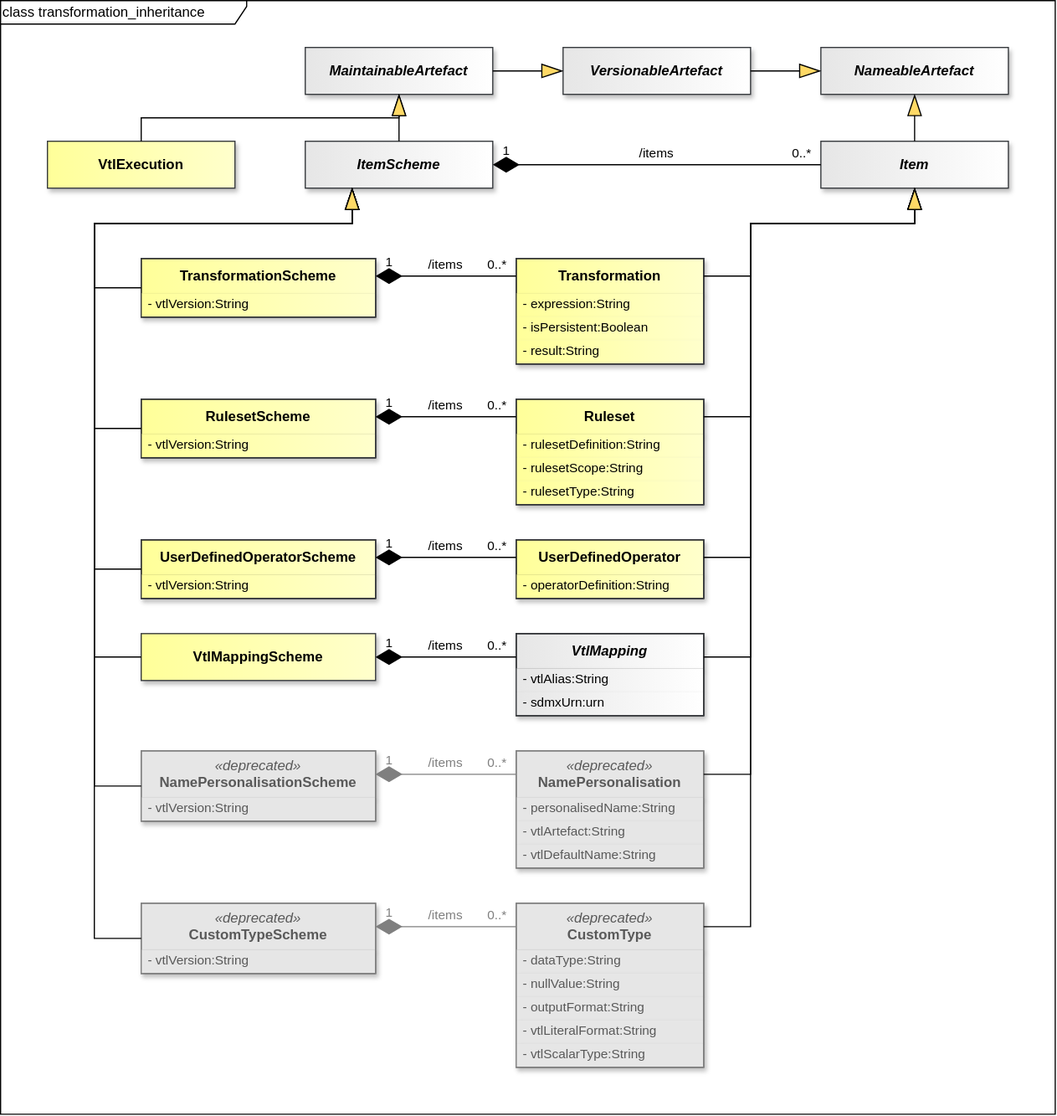
Before: docs/information_model/media/sdmx_transformation-transformation-inheritance.svg, a diagram exported from draw.io (sdmx-twg/sdmx-im). Source tidied: cells renumbered, new cells last; positions are measured from the earlier drawing's top-left corner, leaving out a move shared by most shapes.
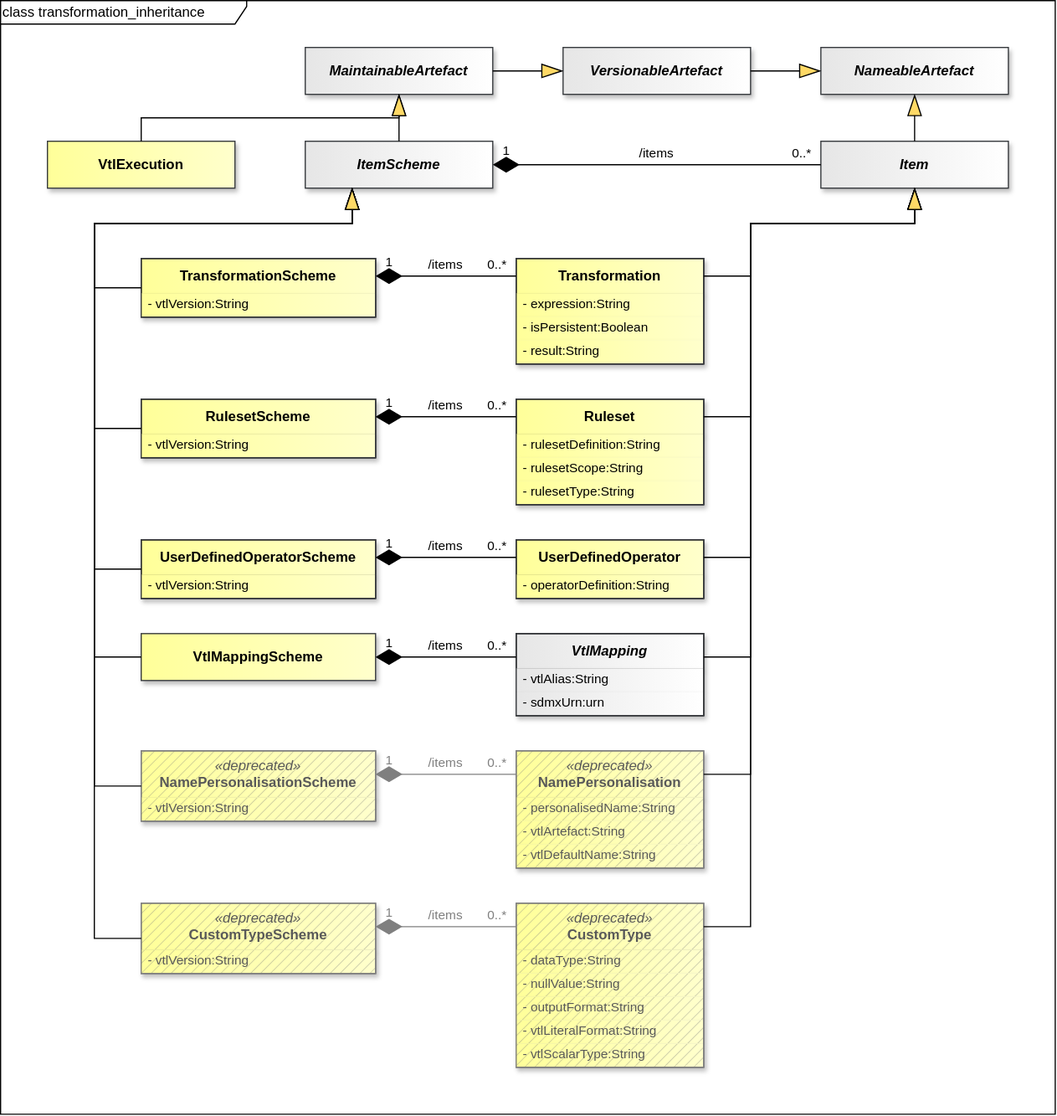
After the commit.

Commit message:
docs(information-model): mark the deprecated VTL classes with a hatch

Change to the diagram source:
```diff
@@ -104,59 +104,95 @@
     <mxCell id="35" style="rounded=0;whiteSpace=wrap;html=1;fillColor=none;strokeColor=#36393D;" parent="1" vertex="1">
       <mxGeometry x="440" y="540" width="160" height="70" as="geometry" />
     </mxCell>
+    <mxCell id="99" style="group;" parent="1" vertex="1">
+      <mxGeometry x="120" y="640" width="200" height="60" as="geometry" />
+    </mxCell>
+    <mxCell id="100" style="rounded=0;whiteSpace=wrap;html=1;fillColor=light-dark(#FFFF99,#FFFF99);gradientColor=light-dark(#FFFFCC,#FFFFCC);gradientDirection=east;strokeColor=none;shadow=1;" parent="99" vertex="1">
+      <mxGeometry width="200" height="60" as="geometry" />
+    </mxCell>
+    <mxCell id="101" style="rounded=0;whiteSpace=wrap;html=1;fillColor=#7F7F7F;fillStyle=hatch;hachureGap=6;fillWeight=1;hachureAngle=-45;fillOpacity=50;strokeColor=none;" parent="99" vertex="1">
+      <mxGeometry width="200" height="60" as="geometry" />
+    </mxCell>
-    <mxCell id="36" value="&lt;span style=&quot;font-weight: normal; font-style: italic;&quot;&gt;«deprecated»&lt;/span&gt;&lt;br&gt;NamePersonalisationScheme" style="swimlane;fontStyle=1;align=center;verticalAlign=middle;horizontal=1;startSize=40;whiteSpace=wrap;html=1;fillColor=light-dark(#E6E6E6,#E6E6E6);strokeColor=#7F7F7F;gradientColor=none;swimlaneLine=1;fontColor=#595959;labelBackgroundColor=none;textShadow=0;shadow=1;" parent="1" vertex="1">
-      <mxGeometry x="120" y="640" width="200" height="60" as="geometry" />
+    <mxCell id="36" value="&lt;span style=&quot;font-weight: normal; font-style: italic;&quot;&gt;«deprecated»&lt;/span&gt;&lt;br&gt;NamePersonalisationScheme" style="swimlane;fontStyle=1;align=center;verticalAlign=middle;horizontal=1;startSize=40;whiteSpace=wrap;html=1;fillColor=none;strokeColor=#7F7F7F;gradientColor=none;swimlaneLine=1;fontColor=#595959;labelBackgroundColor=none;textShadow=0;shadow=0;" parent="99" vertex="1">
+      <mxGeometry width="200" height="60" as="geometry" />
     </mxCell>
-    <mxCell id="37" value="- vtlVersion:String" style="text;strokeColor=none;fillColor=light-dark(#E6E6E6,#E6E6E6);align=left;verticalAlign=middle;spacingLeft=4;spacingRight=4;overflow=hidden;whiteSpace=wrap;html=1;fontFamily=Helvetica;fontSize=11;fontColor=#595959;gradientColor=none;shadow=1;" parent="36" vertex="1">
+    <mxCell id="37" value="- vtlVersion:String" style="text;strokeColor=none;fillColor=none;align=left;verticalAlign=middle;spacingLeft=4;spacingRight=4;overflow=hidden;whiteSpace=wrap;html=1;fontFamily=Helvetica;fontSize=11;fontColor=#595959;gradientColor=none;shadow=0;" parent="36" vertex="1">
       <mxGeometry y="40" width="200" height="20" as="geometry" />
     </mxCell>
-    <mxCell id="38" style="rounded=0;whiteSpace=wrap;html=1;fillColor=none;strokeColor=#7F7F7F;" parent="1" vertex="1">
-      <mxGeometry x="120" y="640" width="200" height="60" as="geometry" />
+    <mxCell id="38" style="rounded=0;whiteSpace=wrap;html=1;fillColor=none;strokeColor=#7F7F7F;" parent="99" vertex="1">
+      <mxGeometry width="200" height="60" as="geometry" />
     </mxCell>
+    <mxCell id="102" style="group;" parent="1" vertex="1">
+      <mxGeometry x="440" y="640" width="160" height="100" as="geometry" />
+    </mxCell>
+    <mxCell id="103" style="rounded=0;whiteSpace=wrap;html=1;fillColor=light-dark(#FFFF99,#FFFF99);gradientColor=light-dark(#FFFFCC,#FFFFCC);gradientDirection=east;strokeColor=none;shadow=1;" parent="102" vertex="1">
+      <mxGeometry width="160" height="100" as="geometry" />
+    </mxCell>
+    <mxCell id="104" style="rounded=0;whiteSpace=wrap;html=1;fillColor=#7F7F7F;fillStyle=hatch;hachureGap=6;fillWeight=1;hachureAngle=-45;fillOpacity=50;strokeColor=none;" parent="102" vertex="1">
+      <mxGeometry width="160" height="100" as="geometry" />
+    </mxCell>
-    <mxCell id="39" value="&lt;span style=&quot;font-weight: normal; font-style: italic;&quot;&gt;«deprecated»&lt;/span&gt;&lt;br&gt;NamePersonalisation" style="swimlane;fontStyle=1;align=center;verticalAlign=middle;horizontal=1;startSize=40;whiteSpace=wrap;html=1;fillColor=light-dark(#E6E6E6,#E6E6E6);strokeColor=#7F7F7F;gradientColor=none;swimlaneLine=1;fontColor=#595959;labelBackgroundColor=none;textShadow=0;shadow=1;" parent="1" vertex="1">
-      <mxGeometry x="440" y="640" width="160" height="100" as="geometry" />
+    <mxCell id="39" value="&lt;span style=&quot;font-weight: normal; font-style: italic;&quot;&gt;«deprecated»&lt;/span&gt;&lt;br&gt;NamePersonalisation" style="swimlane;fontStyle=1;align=center;verticalAlign=middle;horizontal=1;startSize=40;whiteSpace=wrap;html=1;fillColor=none;strokeColor=#7F7F7F;gradientColor=none;swimlaneLine=1;fontColor=#595959;labelBackgroundColor=none;textShadow=0;shadow=0;" parent="102" vertex="1">
+      <mxGeometry width="160" height="100" as="geometry" />
     </mxCell>
-    <mxCell id="40" value="- personalisedName:String" style="text;strokeColor=none;fillColor=light-dark(#E6E6E6,#E6E6E6);align=left;verticalAlign=middle;spacingLeft=4;spacingRight=4;overflow=hidden;whiteSpace=wrap;html=1;fontFamily=Helvetica;fontSize=11;fontColor=#595959;gradientColor=none;shadow=1;" parent="39" vertex="1">
+    <mxCell id="40" value="- personalisedName:String" style="text;strokeColor=none;fillColor=none;align=left;verticalAlign=middle;spacingLeft=4;spacingRight=4;overflow=hidden;whiteSpace=wrap;html=1;fontFamily=Helvetica;fontSize=11;fontColor=#595959;gradientColor=none;shadow=0;" parent="39" vertex="1">
       <mxGeometry y="40" width="160" height="20" as="geometry" />
     </mxCell>
-    <mxCell id="41" value="- vtlArtefact:String" style="text;strokeColor=none;fillColor=light-dark(#E6E6E6,#E6E6E6);align=left;verticalAlign=middle;spacingLeft=4;spacingRight=4;overflow=hidden;whiteSpace=wrap;html=1;fontFamily=Helvetica;fontSize=11;fontColor=#595959;gradientColor=none;shadow=1;" parent="39" vertex="1">
+    <mxCell id="41" value="- vtlArtefact:String" style="text;strokeColor=none;fillColor=none;align=left;verticalAlign=middle;spacingLeft=4;spacingRight=4;overflow=hidden;whiteSpace=wrap;html=1;fontFamily=Helvetica;fontSize=11;fontColor=#595959;gradientColor=none;shadow=0;" parent="39" vertex="1">
       <mxGeometry y="60" width="160" height="20" as="geometry" />
     </mxCell>
-    <mxCell id="42" value="- vtlDefaultName:String" style="text;strokeColor=none;fillColor=light-dark(#E6E6E6,#E6E6E6);align=left;verticalAlign=middle;spacingLeft=4;spacingRight=4;overflow=hidden;whiteSpace=wrap;html=1;fontFamily=Helvetica;fontSize=11;fontColor=#595959;gradientColor=none;shadow=1;" parent="39" vertex="1">
+    <mxCell id="42" value="- vtlDefaultName:String" style="text;strokeColor=none;fillColor=none;align=left;verticalAlign=middle;spacingLeft=4;spacingRight=4;overflow=hidden;whiteSpace=wrap;html=1;fontFamily=Helvetica;fontSize=11;fontColor=#595959;gradientColor=none;shadow=0;" parent="39" vertex="1">
       <mxGeometry y="80" width="160" height="20" as="geometry" />
     </mxCell>
-    <mxCell id="43" style="rounded=0;whiteSpace=wrap;html=1;fillColor=none;strokeColor=#7F7F7F;" parent="1" vertex="1">
-      <mxGeometry x="440" y="640" width="160" height="100" as="geometry" />
+    <mxCell id="43" style="rounded=0;whiteSpace=wrap;html=1;fillColor=none;strokeColor=#7F7F7F;" parent="102" vertex="1">
+      <mxGeometry width="160" height="100" as="geometry" />
     </mxCell>
+    <mxCell id="105" style="group;" parent="1" vertex="1">
+      <mxGeometry x="120" y="770" width="200" height="60" as="geometry" />
+    </mxCell>
+    <mxCell id="106" style="rounded=0;whiteSpace=wrap;html=1;fillColor=light-dark(#FFFF99,#FFFF99);gradientColor=light-dark(#FFFFCC,#FFFFCC);gradientDirection=east;strokeColor=none;shadow=1;" parent="105" vertex="1">
+      <mxGeometry width="200" height="60" as="geometry" />
+    </mxCell>
+    <mxCell id="107" style="rounded=0;whiteSpace=wrap;html=1;fillColor=#7F7F7F;fillStyle=hatch;hachureGap=6;fillWeight=1;hachureAngle=-45;fillOpacity=50;strokeColor=none;" parent="105" vertex="1">
+      <mxGeometry width="200" height="60" as="geometry" />
+    </mxCell>
-    <mxCell id="44" value="&lt;span style=&quot;font-weight: normal; font-style: italic;&quot;&gt;«deprecated»&lt;/span&gt;&lt;br&gt;CustomTypeScheme" style="swimlane;fontStyle=1;align=center;verticalAlign=middle;horizontal=1;startSize=40;whiteSpace=wrap;html=1;fillColor=light-dark(#E6E6E6,#E6E6E6);strokeColor=#7F7F7F;gradientColor=none;swimlaneLine=1;fontColor=#595959;labelBackgroundColor=none;textShadow=0;shadow=1;" parent="1" vertex="1">
-      <mxGeometry x="120" y="770" width="200" height="60" as="geometry" />
+    <mxCell id="44" value="&lt;span style=&quot;font-weight: normal; font-style: italic;&quot;&gt;«deprecated»&lt;/span&gt;&lt;br&gt;CustomTypeScheme" style="swimlane;fontStyle=1;align=center;verticalAlign=middle;horizontal=1;startSize=40;whiteSpace=wrap;html=1;fillColor=none;strokeColor=#7F7F7F;gradientColor=none;swimlaneLine=1;fontColor=#595959;labelBackgroundColor=none;textShadow=0;shadow=0;" parent="105" vertex="1">
+      <mxGeometry width="200" height="60" as="geometry" />
     </mxCell>
-    <mxCell id="45" value="- vtlVersion:String" style="text;strokeColor=none;fillColor=light-dark(#E6E6E6,#E6E6E6);align=left;verticalAlign=middle;spacingLeft=4;spacingRight=4;overflow=hidden;whiteSpace=wrap;html=1;fontFamily=Helvetica;fontSize=11;fontColor=#595959;gradientColor=none;shadow=1;" parent="44" vertex="1">
+    <mxCell id="45" value="- vtlVersion:String" style="text;strokeColor=none;fillColor=none;align=left;verticalAlign=middle;spacingLeft=4;spacingRight=4;overflow=hidden;whiteSpace=wrap;html=1;fontFamily=Helvetica;fontSize=11;fontColor=#595959;gradientColor=none;shadow=0;" parent="44" vertex="1">
       <mxGeometry y="40" width="200" height="20" as="geometry" />
     </mxCell>
-    <mxCell id="46" style="rounded=0;whiteSpace=wrap;html=1;fillColor=none;strokeColor=#7F7F7F;" parent="1" vertex="1">
-      <mxGeometry x="120" y="770" width="200" height="60" as="geometry" />
+    <mxCell id="46" style="rounded=0;whiteSpace=wrap;html=1;fillColor=none;strokeColor=#7F7F7F;" parent="105" vertex="1">
+      <mxGeometry width="200" height="60" as="geometry" />
     </mxCell>
+    <mxCell id="108" style="group;" parent="1" vertex="1">
+      <mxGeometry x="440" y="770" width="160" height="140" as="geometry" />
+    </mxCell>
+    <mxCell id="109" style="rounded=0;whiteSpace=wrap;html=1;fillColor=light-dark(#FFFF99,#FFFF99);gradientColor=light-dark(#FFFFCC,#FFFFCC);gradientDirection=east;strokeColor=none;shadow=1;" parent="108" vertex="1">
+      <mxGeometry width="160" height="140" as="geometry" />
+    </mxCell>
+    <mxCell id="110" style="rounded=0;whiteSpace=wrap;html=1;fillColor=#7F7F7F;fillStyle=hatch;hachureGap=6;fillWeight=1;hachureAngle=-45;fillOpacity=50;strokeColor=none;" parent="108" vertex="1">
+      <mxGeometry width="160" height="140" as="geometry" />
+    </mxCell>
-    <mxCell id="47" value="&lt;span style=&quot;font-weight: normal; font-style: italic;&quot;&gt;«deprecated»&lt;/span&gt;&lt;br&gt;CustomType" style="swimlane;fontStyle=1;align=center;verticalAlign=middle;horizontal=1;startSize=40;whiteSpace=wrap;html=1;fillColor=light-dark(#E6E6E6,#E6E6E6);strokeColor=#7F7F7F;gradientColor=none;swimlaneLine=1;fontColor=#595959;labelBackgroundColor=none;textShadow=0;shadow=1;" parent="1" vertex="1">
-      <mxGeometry x="440" y="770" width="160" height="140" as="geometry" />
+    <mxCell id="47" value="&lt;span style=&quot;font-weight: normal; font-style: italic;&quot;&gt;«deprecated»&lt;/span&gt;&lt;br&gt;CustomType" style="swimlane;fontStyle=1;align=center;verticalAlign=middle;horizontal=1;startSize=40;whiteSpace=wrap;html=1;fillColor=none;strokeColor=#7F7F7F;gradientColor=none;swimlaneLine=1;fontColor=#595959;labelBackgroundColor=none;textShadow=0;shadow=0;" parent="108" vertex="1">
+      <mxGeometry width="160" height="140" as="geometry" />
     </mxCell>
-    <mxCell id="48" value="- dataType:String" style="text;strokeColor=none;fillColor=light-dark(#E6E6E6,#E6E6E6);align=left;verticalAlign=middle;spacingLeft=4;spacingRight=4;overflow=hidden;whiteSpace=wrap;html=1;fontFamily=Helvetica;fontSize=11;fontColor=#595959;gradientColor=none;shadow=1;" parent="47" vertex="1">
+    <mxCell id="48" value="- dataType:String" style="text;strokeColor=none;fillColor=none;align=left;verticalAlign=middle;spacingLeft=4;spacingRight=4;overflow=hidden;whiteSpace=wrap;html=1;fontFamily=Helvetica;fontSize=11;fontColor=#595959;gradientColor=none;shadow=0;" parent="47" vertex="1">
       <mxGeometry y="40" width="160" height="20" as="geometry" />
     </mxCell>
-    <mxCell id="49" value="- nullValue:String" style="text;strokeColor=none;fillColor=light-dark(#E6E6E6,#E6E6E6);align=left;verticalAlign=middle;spacingLeft=4;spacingRight=4;overflow=hidden;whiteSpace=wrap;html=1;fontFamily=Helvetica;fontSize=11;fontColor=#595959;gradientColor=none;shadow=1;" parent="47" vertex="1">
+    <mxCell id="49" value="- nullValue:String" style="text;strokeColor=none;fillColor=none;align=left;verticalAlign=middle;spacingLeft=4;spacingRight=4;overflow=hidden;whiteSpace=wrap;html=1;fontFamily=Helvetica;fontSize=11;fontColor=#595959;gradientColor=none;shadow=0;" parent="47" vertex="1">
       <mxGeometry y="60" width="160" height="20" as="geometry" />
     </mxCell>
-    <mxCell id="50" value="- outputFormat:String" style="text;strokeColor=none;fillColor=light-dark(#E6E6E6,#E6E6E6);align=left;verticalAlign=middle;spacingLeft=4;spacingRight=4;overflow=hidden;whiteSpace=wrap;html=1;fontFamily=Helvetica;fontSize=11;fontColor=#595959;gradientColor=none;shadow=1;" parent="47" vertex="1">
+    <mxCell id="50" value="- outputFormat:String" style="text;strokeColor=none;fillColor=none;align=left;verticalAlign=middle;spacingLeft=4;spacingRight=4;overflow=hidden;whiteSpace=wrap;html=1;fontFamily=Helvetica;fontSize=11;fontColor=#595959;gradientColor=none;shadow=0;" parent="47" vertex="1">
       <mxGeometry y="80" width="160" height="20" as="geometry" />
     </mxCell>
-    <mxCell id="51" value="- vtlLiteralFormat:String" style="text;strokeColor=none;fillColor=light-dark(#E6E6E6,#E6E6E6);align=left;verticalAlign=middle;spacingLeft=4;spacingRight=4;overflow=hidden;whiteSpace=wrap;html=1;fontFamily=Helvetica;fontSize=11;fontColor=#595959;gradientColor=none;shadow=1;" parent="47" vertex="1">
+    <mxCell id="51" value="- vtlLiteralFormat:String" style="text;strokeColor=none;fillColor=none;align=left;verticalAlign=middle;spacingLeft=4;spacingRight=4;overflow=hidden;whiteSpace=wrap;html=1;fontFamily=Helvetica;fontSize=11;fontColor=#595959;gradientColor=none;shadow=0;" parent="47" vertex="1">
       <mxGeometry y="100" width="160" height="20" as="geometry" />
     </mxCell>
-    <mxCell id="52" value="- vtlScalarType:String" style="text;strokeColor=none;fillColor=light-dark(#E6E6E6,#E6E6E6);align=left;verticalAlign=middle;spacingLeft=4;spacingRight=4;overflow=hidden;whiteSpace=wrap;html=1;fontFamily=Helvetica;fontSize=11;fontColor=#595959;gradientColor=none;shadow=1;" parent="47" vertex="1">
+    <mxCell id="52" value="- vtlScalarType:String" style="text;strokeColor=none;fillColor=none;align=left;verticalAlign=middle;spacingLeft=4;spacingRight=4;overflow=hidden;whiteSpace=wrap;html=1;fontFamily=Helvetica;fontSize=11;fontColor=#595959;gradientColor=none;shadow=0;" parent="47" vertex="1">
       <mxGeometry y="120" width="160" height="20" as="geometry" />
     </mxCell>
-    <mxCell id="53" style="rounded=0;whiteSpace=wrap;html=1;fillColor=none;strokeColor=#7F7F7F;" parent="1" vertex="1">
-      <mxGeometry x="440" y="770" width="160" height="140" as="geometry" />
+    <mxCell id="53" style="rounded=0;whiteSpace=wrap;html=1;fillColor=none;strokeColor=#7F7F7F;" parent="108" vertex="1">
+      <mxGeometry width="160" height="140" as="geometry" />
     </mxCell>
     <mxCell id="54" style="endArrow=none;html=1;endSize=12;startArrow=diamondThin;startSize=20;startFill=1;rounded=0;endFill=0;strokeColor=#7F7F7F;fontColor=#7F7F7F;labelBackgroundColor=none;exitX=1;exitY=0.33;exitDx=0;exitDy=0;entryX=0;entryY=0.2;entryDx=0;entryDy=0;" parent="1" edge="1" source="36" target="39">
       <mxGeometry relative="1" as="geometry" />
```
